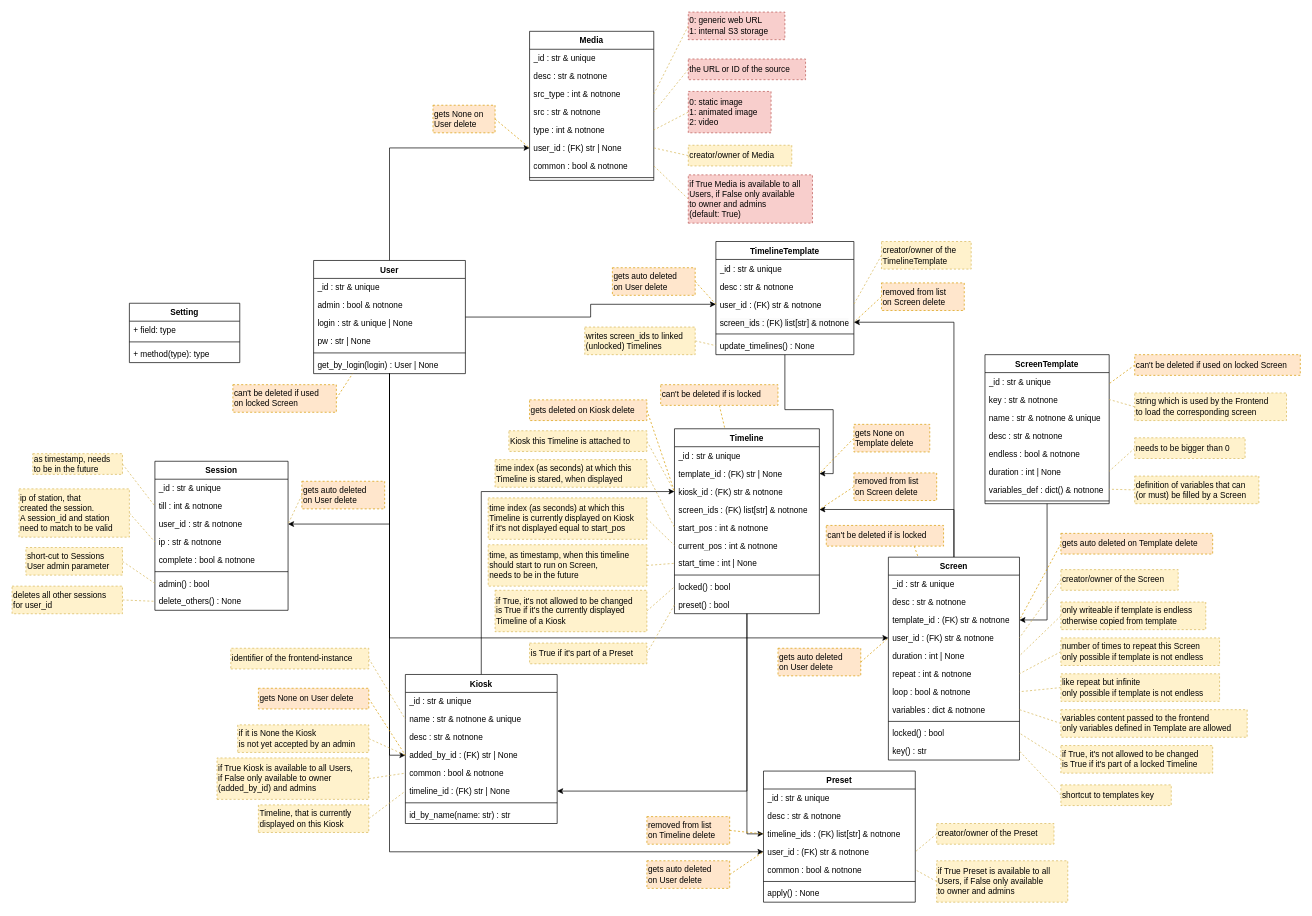
Above: docs/elements.drawio in nlptournament/nlpt-kiosk (draw.io), before the change. Source tidied: cells renumbered, new cells numbered last; positions are measured from the earlier drawing's top-left corner, leaving out a move shared by most shapes. Both pictures are drawn from the tidied source at 69%, with x=0, y=0 at pixel (12, 12).
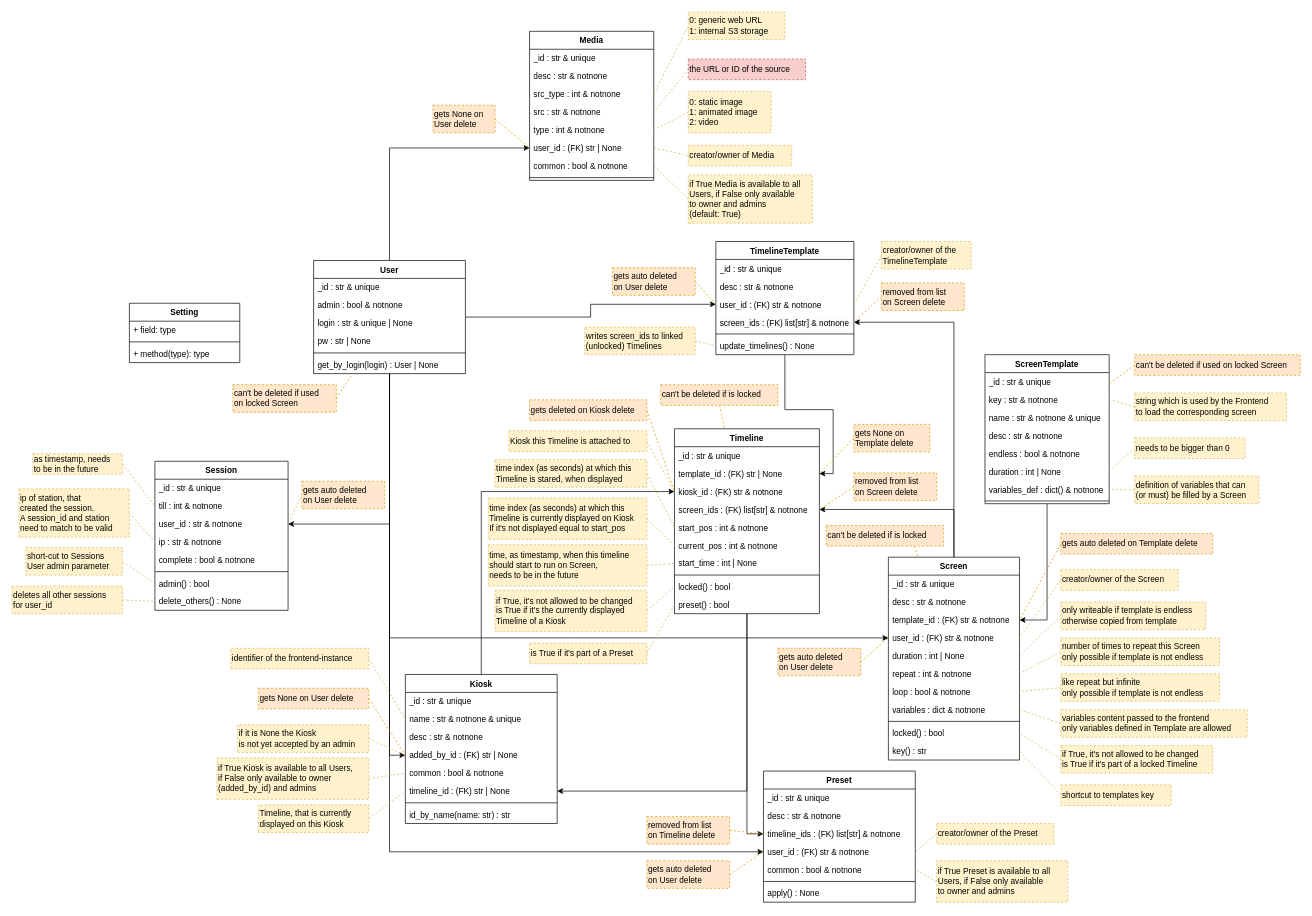
The same page after the edit.

Commit message (it also covers changes not shown here):
backend: validation and WebSocket messages for Media element

The edit, as a diff of the source:
```diff
@@
-    <mxCell id="187" value="&lt;div&gt;0: generic web URL&lt;br&gt;1: internal S3 storage&lt;/div&gt;" style="rounded=0;whiteSpace=wrap;html=1;fillColor=#f8cecc;strokeColor=#b85450;dashed=1;align=left;verticalAlign=middle;horizontal=1;labelPosition=center;verticalLabelPosition=middle;" parent="1" vertex="1">
+    <mxCell id="187" value="&lt;div&gt;0: generic web URL&lt;br&gt;1: internal S3 storage&lt;/div&gt;" style="rounded=0;whiteSpace=wrap;html=1;fillColor=#fff2cc;strokeColor=#d6b656;dashed=1;align=left;verticalAlign=middle;horizontal=1;labelPosition=center;verticalLabelPosition=middle;" parent="1" vertex="1">
       <mxGeometry x="980" width="140" height="40" as="geometry" />
     </mxCell>
@@
-    <mxCell id="189" value="&lt;div&gt;0: static image&lt;br&gt;1: animated image&lt;/div&gt;&lt;div&gt;2: video&lt;/div&gt;" style="rounded=0;whiteSpace=wrap;html=1;fillColor=#f8cecc;strokeColor=#b85450;dashed=1;align=left;verticalAlign=middle;horizontal=1;labelPosition=center;verticalLabelPosition=middle;" parent="1" vertex="1">
+    <mxCell id="189" value="&lt;div&gt;0: static image&lt;br&gt;1: animated image&lt;/div&gt;&lt;div&gt;2: video&lt;/div&gt;" style="rounded=0;whiteSpace=wrap;html=1;fillColor=#fff2cc;strokeColor=#d6b656;dashed=1;align=left;verticalAlign=middle;horizontal=1;labelPosition=center;verticalLabelPosition=middle;" parent="1" vertex="1">
       <mxGeometry x="980" y="115" width="120" height="60" as="geometry" />
     </mxCell>
@@
-    <mxCell id="193" value="if True Media is available to&amp;nbsp;&lt;span style=&quot;background-color: initial;&quot;&gt;all&lt;/span&gt;&lt;div&gt;&lt;span style=&quot;background-color: initial;&quot;&gt;Users, if False only&amp;nbsp;&lt;/span&gt;&lt;span style=&quot;background-color: initial;&quot;&gt;available&lt;/span&gt;&lt;/div&gt;&lt;div&gt;&lt;span style=&quot;background-color: initial;&quot;&gt;to owner&amp;nbsp;&lt;/span&gt;&lt;span style=&quot;background-color: initial;&quot;&gt;and admins&lt;br&gt;(default: True)&lt;/span&gt;&lt;/div&gt;" style="rounded=0;whiteSpace=wrap;html=1;fillColor=#f8cecc;strokeColor=#b85450;dashed=1;align=left;verticalAlign=middle;horizontal=1;labelPosition=center;verticalLabelPosition=middle;flipV=1;" parent="1" vertex="1">
+    <mxCell id="193" value="if True Media is available to&amp;nbsp;&lt;span style=&quot;background-color: initial;&quot;&gt;all&lt;/span&gt;&lt;div&gt;&lt;span style=&quot;background-color: initial;&quot;&gt;Users, if False only&amp;nbsp;&lt;/span&gt;&lt;span style=&quot;background-color: initial;&quot;&gt;available&lt;/span&gt;&lt;/div&gt;&lt;div&gt;&lt;span style=&quot;background-color: initial;&quot;&gt;to owner&amp;nbsp;&lt;/span&gt;&lt;span style=&quot;background-color: initial;&quot;&gt;and admins&lt;br&gt;(default: True)&lt;/span&gt;&lt;/div&gt;" style="rounded=0;whiteSpace=wrap;html=1;fillColor=#fff2cc;strokeColor=#d6b656;dashed=1;align=left;verticalAlign=middle;horizontal=1;labelPosition=center;verticalLabelPosition=middle;flipV=1;" parent="1" vertex="1">
       <mxGeometry x="980" y="235.9" width="180" height="70" as="geometry" />
     </mxCell>
```
